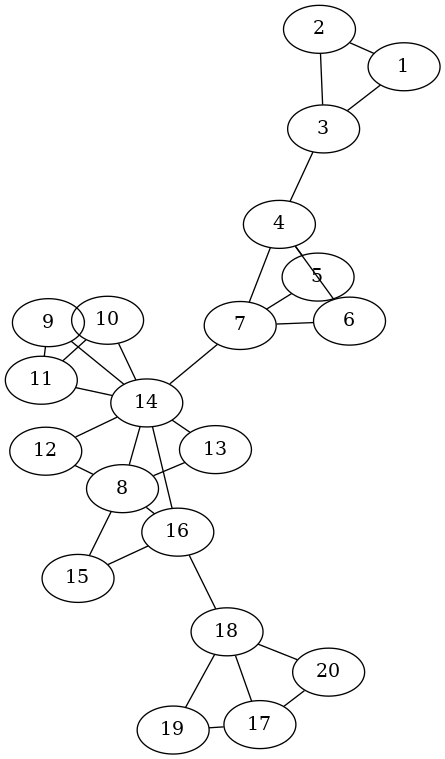
Earlier version of the Graphviz export graph_test.dot.png (GiorgosMarga/DCA_manet). Its source is kept beside it as graph_test.dot.
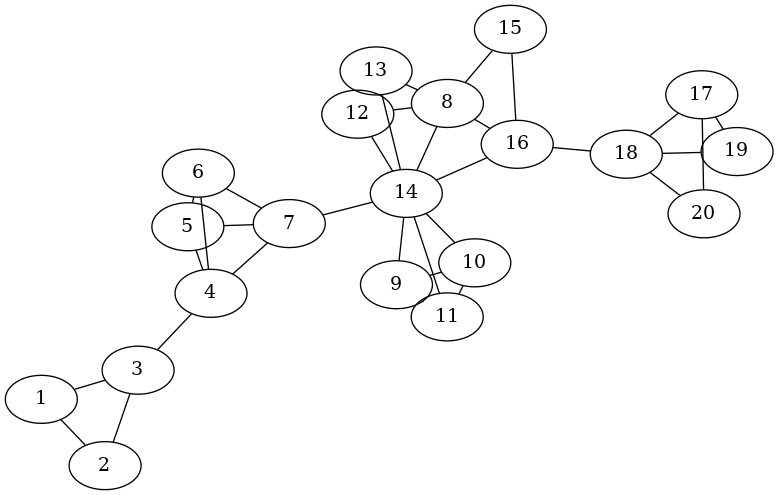
After the commit.

Change to the diagram source:
```diff
@@ -1,34 +1,34 @@
 graph {
+	9--10;
+	9--11;
+	9--14;
+	5--6;
+	5--7;
+	7--14;
+	6--7;
+	10--11;
+	10--14;
+	16--18;
 	2--3;
+	3--4;
+	12--14;
+	14--16;
+	15--16;
+	17--18;
+	17--19;
+	17--20;
+	18--19;
+	18--20;
+	4--5;
+	4--6;
+	4--7;
 	8--12;
 	8--13;
 	8--14;
 	8--15;
 	8--16;
-	11--14;
-	17--18;
-	17--19;
-	17--20;
+	13--14;
 	1--2;
 	1--3;
-	3--4;
-	4--5;
-	4--6;
-	4--7;
-	5--6;
-	5--7;
-	6--7;
-	9--10;
-	9--11;
-	9--14;
-	10--11;
-	10--14;
-	12--14;
-	7--14;
-	15--16;
-	16--18;
-	18--19;
-	18--20;
-	13--14;
-	14--16;
+	11--14;
 }
```
